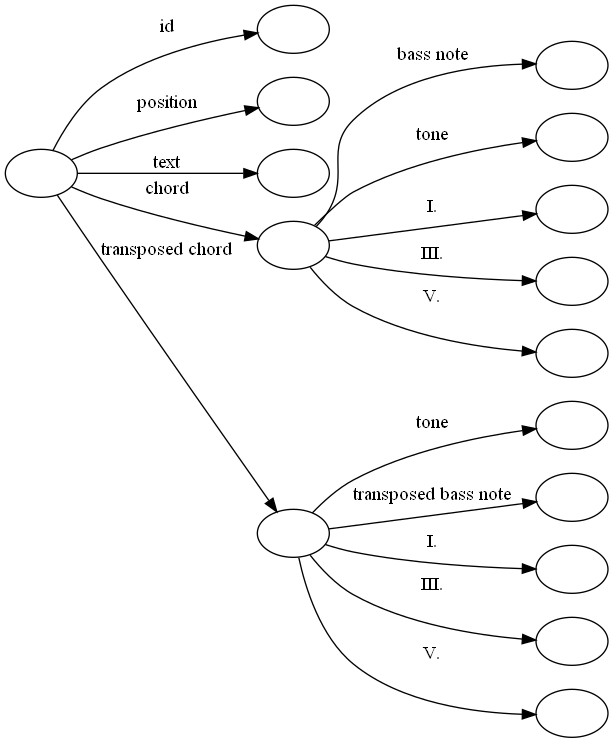
Above: szakdolgozat/images/img_src/rdf_graph_6.png in Ancsak01/szakdolgozat (Graphviz), before the change. Its source is kept beside it as szakdolgozat/images/img_src/rdf_graph_6.dot. The source it was exported from:
```dot
digraph g {
    rankdir=LR
    Segment [label=""]
    ID [label=""]
    Position [label=""]
    Text [label=""]
    Bass_note [label=""]
    Chord [label=""]
    Tone [label=""]
    Deg1 [label=""]
    Deg3 [label=""]
    Deg5 [label=""]
    T_Chord [label=""]
    T_Tone [label=""]
    T_Bass_note [label=""]
    T_Deg1 [label=""]
    T_Deg3 [label=""]
    T_Deg5 [label=""]
    Segment -> ID [label="id"]
    Segment -> Position [label="position"]
    Segment -> Text [label="text"]
    Segment -> T_Chord [label="transposed chord"]
    Segment -> Chord [label="chord"]
    Chord -> Tone [label="tone"]
    Chord -> Deg1 [label="I."]
    Chord -> Deg3 [label="III."]
    Chord -> Deg5 [label="V."]
    Chord -> Bass_note [label="bass note"]
    T_Chord -> T_Tone [label="tone"]
    T_Chord -> T_Bass_note [label="transposed bass note"]
    T_Chord -> T_Deg1 [label="I."]
    T_Chord -> T_Deg3 [label="III."]
    T_Chord -> T_Deg5 [label="V."]
}
```
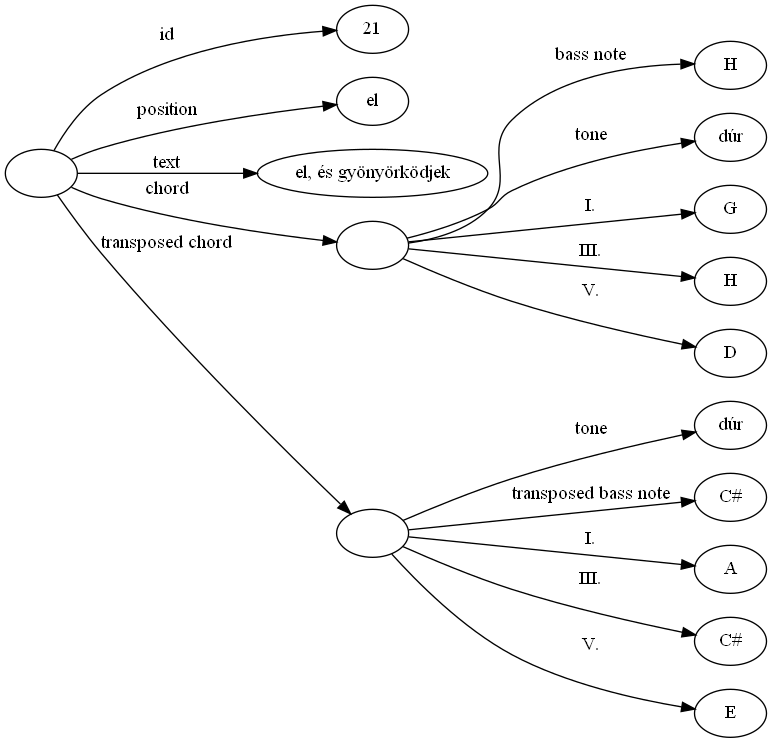
Later version of the same file.

Diff of the diagram source:
```diff
@@ -1,21 +1,21 @@
 digraph g {
     rankdir=LR
     Segment [label=""]
-    ID [label=""]
-    Position [label=""]
-    Text [label=""]
-    Bass_note [label=""]
+    ID [label="21"]
+    Position [label="el"]
+    Text [label="el, és gyönyörködjek"]
+    Bass_note [label="H"]
     Chord [label=""]
-    Tone [label=""]
-    Deg1 [label=""]
-    Deg3 [label=""]
-    Deg5 [label=""]
+    Tone [label="dúr"]
+    Deg1 [label="G"]
+    Deg3 [label="H"]
+    Deg5 [label="D"]
     T_Chord [label=""]
-    T_Tone [label=""]
-    T_Bass_note [label=""]
-    T_Deg1 [label=""]
-    T_Deg3 [label=""]
-    T_Deg5 [label=""]
+    T_Tone [label="dúr"]
+    T_Bass_note [label="C#"]
+    T_Deg1 [label="A"]
+    T_Deg3 [label="C#"]
+    T_Deg5 [label="E"]
     Segment -> ID [label="id"]
     Segment -> Position [label="position"]
     Segment -> Text [label="text"]
```
